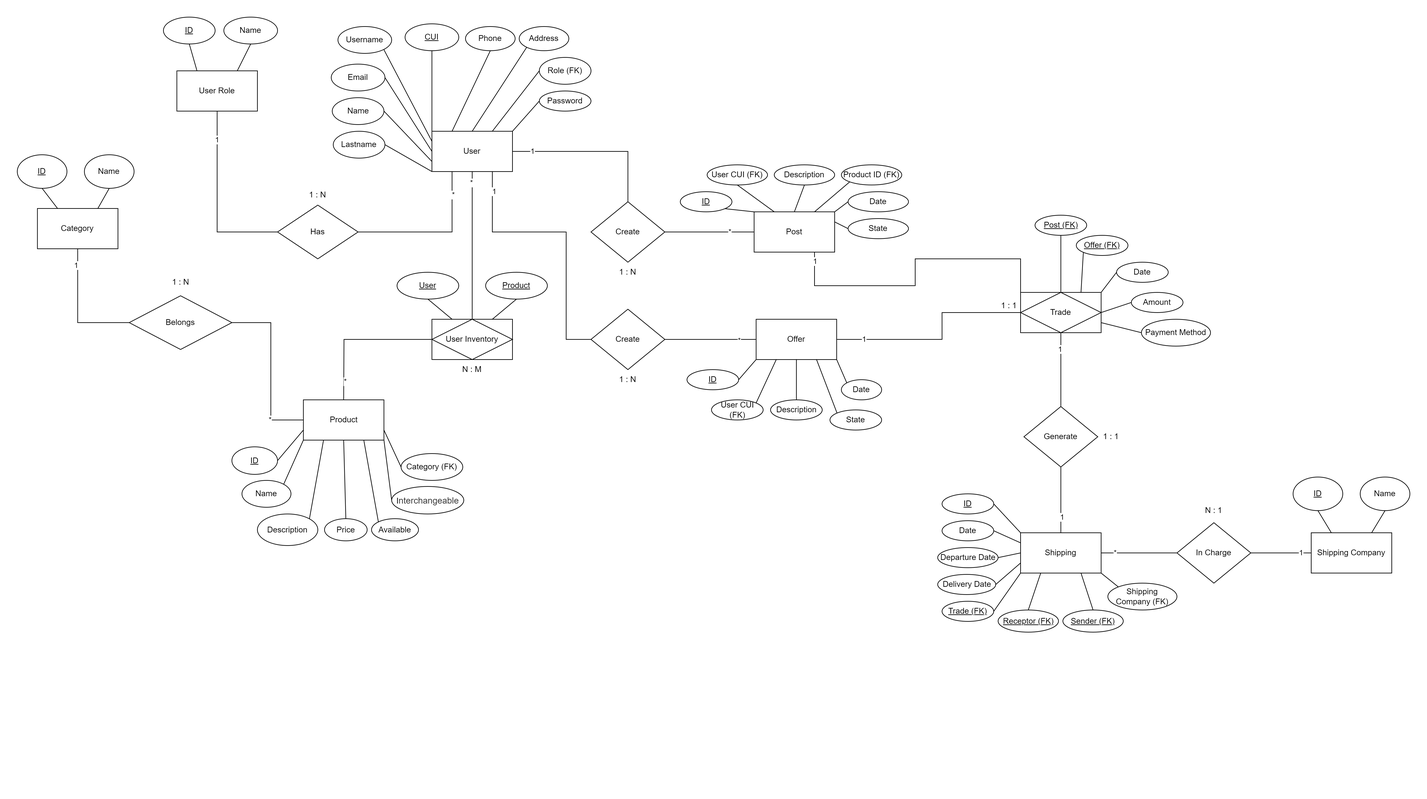
Earlier version of the draw.io export documentation/MarketChapin Entidad Relacion.png (DiegoMaldonado19/MarketChapin). Source tidied: cells renumbered, new cells last; positions are measured from the earlier drawing's top-left corner, leaving out a move shared by most shapes.
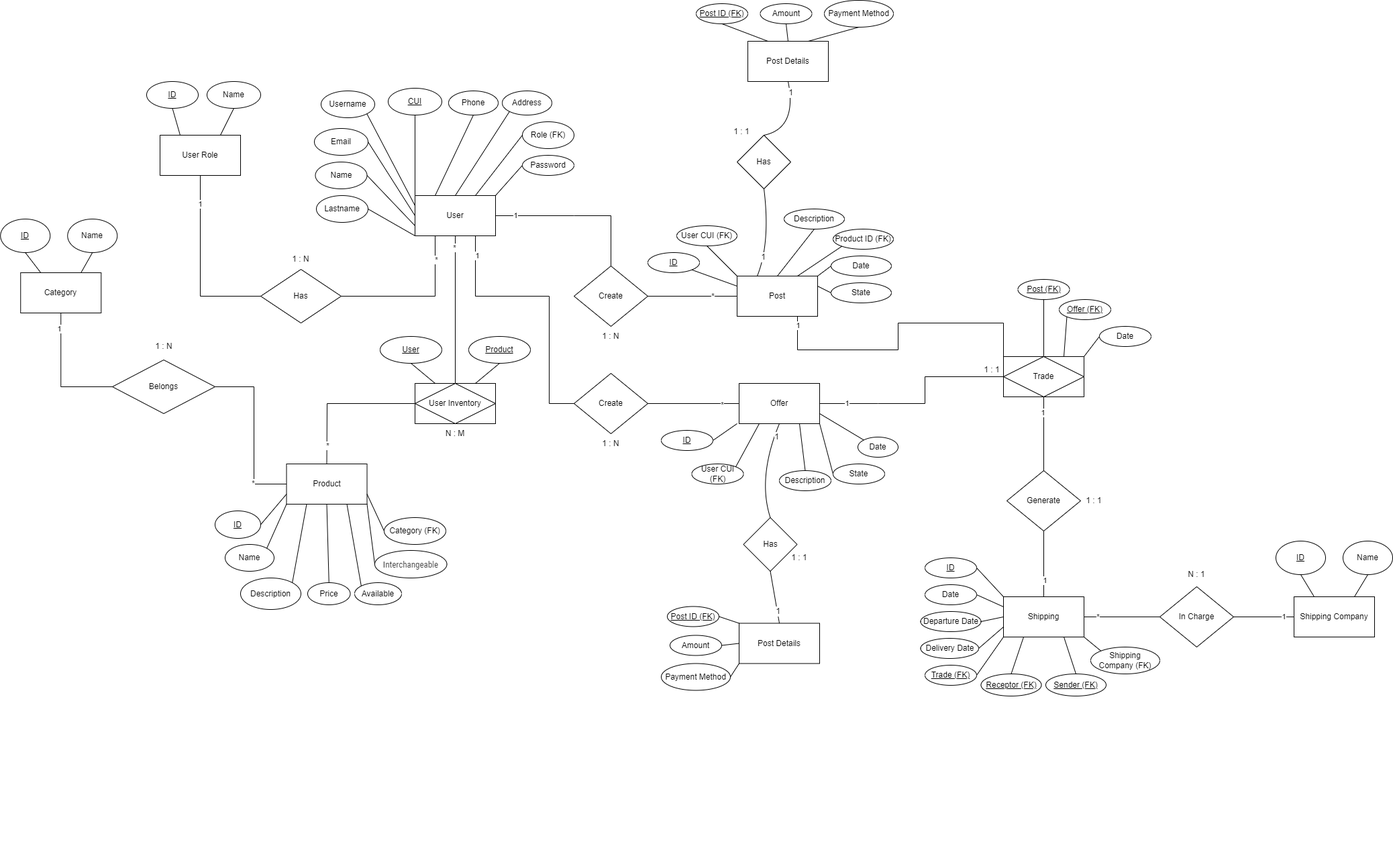
After the commit.

Commit message:
Añadiendo Diagrama Entidad Relacion final y Script SQL

Change to the diagram source:
```diff
@@ -258,16 +258,16 @@
       <mxGeometry x="648" y="510" width="60" height="30" as="geometry" />
     </mxCell>
     <mxCell id="77" value="User CUI (FK)" style="ellipse;whiteSpace=wrap;html=1;" parent="1" vertex="1">
-      <mxGeometry x="1028" y="220" width="90" height="30" as="geometry" />
+      <mxGeometry x="1008" y="215" width="90" height="30" as="geometry" />
     </mxCell>
     <mxCell id="78" value="&lt;u&gt;ID&lt;/u&gt;" style="ellipse;whiteSpace=wrap;html=1;" parent="1" vertex="1">
-      <mxGeometry x="988" y="260" width="77" height="30" as="geometry" />
+      <mxGeometry x="965" y="255" width="77" height="30" as="geometry" />
     </mxCell>
     <mxCell id="79" value="Product ID (FK)" style="ellipse;whiteSpace=wrap;html=1;" parent="1" vertex="1">
-      <mxGeometry x="1228" y="220" width="90" height="30" as="geometry" />
+      <mxGeometry x="1241" y="220" width="90" height="30" as="geometry" />
     </mxCell>
     <mxCell id="80" value="Description" style="ellipse;whiteSpace=wrap;html=1;" parent="1" vertex="1">
-      <mxGeometry x="1128" y="220" width="90" height="30" as="geometry" />
+      <mxGeometry x="1168" y="190" width="90" height="30" as="geometry" />
     </mxCell>
     <mxCell id="81" value="Date" style="ellipse;whiteSpace=wrap;html=1;" parent="1" vertex="1">
       <mxGeometry x="1238" y="260" width="90" height="30" as="geometry" />
@@ -275,10 +275,10 @@
     <mxCell id="82" value="State" style="ellipse;whiteSpace=wrap;html=1;" parent="1" vertex="1">
       <mxGeometry x="1238" y="300" width="90" height="30" as="geometry" />
     </mxCell>
-    <mxCell id="83" style="endArrow=none;html=1;rounded=0;entryX=1;entryY=1;entryDx=0;entryDy=0;exitX=0;exitY=0;exitDx=0;exitDy=0;" parent="1" edge="1" source="70" target="78">
+    <mxCell id="83" style="endArrow=none;html=1;rounded=0;entryX=1;entryY=1;entryDx=0;entryDy=0;exitX=0;exitY=0.25;exitDx=0;exitDy=0;" parent="1" edge="1" source="70" target="78">
       <mxGeometry relative="1" as="geometry" />
     </mxCell>
-    <mxCell id="84" style="endArrow=none;html=1;rounded=0;entryX=0.5;entryY=1;entryDx=0;entryDy=0;exitX=0.25;exitY=0;exitDx=0;exitDy=0;" parent="1" edge="1" source="70" target="77">
+    <mxCell id="84" style="endArrow=none;html=1;rounded=0;entryX=0.5;entryY=1;entryDx=0;entryDy=0;exitX=0;exitY=0;exitDx=0;exitDy=0;" parent="1" edge="1" source="70" target="77">
       <mxGeometry relative="1" as="geometry" />
     </mxCell>
     <mxCell id="85" style="endArrow=none;html=1;rounded=0;entryX=0.5;entryY=1;entryDx=0;entryDy=0;exitX=0.5;exitY=0;exitDx=0;exitDy=0;" parent="1" edge="1" source="70" target="80">
@@ -300,16 +300,16 @@
       <mxGeometry x="1101" y="450" width="120" height="60" as="geometry" />
     </mxCell>
     <mxCell id="91" value="&lt;u&gt;ID&lt;/u&gt;" style="ellipse;whiteSpace=wrap;html=1;" parent="1" vertex="1">
-      <mxGeometry x="998" y="525" width="77" height="30" as="geometry" />
+      <mxGeometry x="985" y="520" width="77" height="30" as="geometry" />
     </mxCell>
     <mxCell id="92" value="User CUI (FK)" style="ellipse;whiteSpace=wrap;html=1;" parent="1" vertex="1">
-      <mxGeometry x="1034.5" y="570" width="77" height="30" as="geometry" />
+      <mxGeometry x="1030.5" y="570" width="77" height="30" as="geometry" />
     </mxCell>
     <mxCell id="93" value="Description" style="ellipse;whiteSpace=wrap;html=1;" parent="1" vertex="1">
-      <mxGeometry x="1122.5" y="570" width="77" height="30" as="geometry" />
+      <mxGeometry x="1161" y="580" width="77" height="30" as="geometry" />
     </mxCell>
     <mxCell id="94" value="State" style="ellipse;whiteSpace=wrap;html=1;" parent="1" vertex="1">
-      <mxGeometry x="1211" y="585" width="77" height="30" as="geometry" />
+      <mxGeometry x="1241" y="570" width="77" height="30" as="geometry" />
     </mxCell>
     <mxCell id="95" style="endArrow=none;html=1;rounded=0;exitX=0;exitY=0.5;exitDx=0;exitDy=0;entryX=0.75;entryY=1;entryDx=0;entryDy=0;" parent="1" edge="1" source="89" target="2">
       <mxGeometry relative="1" as="geometry">
@@ -332,16 +332,18 @@
     <mxCell id="99" value="1 : N" style="text;html=1;align=center;verticalAlign=middle;whiteSpace=wrap;rounded=0;" parent="1" vertex="1">
       <mxGeometry x="880" y="525" width="60" height="30" as="geometry" />
     </mxCell>
-    <mxCell id="100" style="endArrow=none;html=1;rounded=0;entryX=0;entryY=1;entryDx=0;entryDy=0;exitX=1;exitY=0.5;exitDx=0;exitDy=0;" parent="1" edge="1" source="91" target="90">
-      <mxGeometry relative="1" as="geometry" />
+    <mxCell id="100" style="endArrow=none;html=1;rounded=0;exitX=1;exitY=0.5;exitDx=0;exitDy=0;" parent="1" edge="1" source="91">
+      <mxGeometry relative="1" as="geometry">
+        <mxPoint x="1098" y="510" as="targetPoint" />
+      </mxGeometry>
     </mxCell>
     <mxCell id="101" style="endArrow=none;html=1;rounded=0;exitX=1;exitY=0;exitDx=0;exitDy=0;entryX=0.25;entryY=1;entryDx=0;entryDy=0;" parent="1" edge="1" source="92" target="90">
       <mxGeometry relative="1" as="geometry" />
     </mxCell>
-    <mxCell id="102" style="endArrow=none;html=1;rounded=0;entryX=0.5;entryY=1;entryDx=0;entryDy=0;exitX=0.5;exitY=0;exitDx=0;exitDy=0;" parent="1" edge="1" source="93" target="90">
+    <mxCell id="102" style="endArrow=none;html=1;rounded=0;entryX=0.75;entryY=1;entryDx=0;entryDy=0;exitX=0.5;exitY=0;exitDx=0;exitDy=0;" parent="1" edge="1" source="93" target="90">
       <mxGeometry relative="1" as="geometry" />
     </mxCell>
-    <mxCell id="103" style="endArrow=none;html=1;rounded=0;entryX=0.75;entryY=1;entryDx=0;entryDy=0;exitX=0;exitY=0;exitDx=0;exitDy=0;" parent="1" edge="1" source="94" target="90">
+    <mxCell id="103" style="endArrow=none;html=1;rounded=0;entryX=1;entryY=1;entryDx=0;entryDy=0;exitX=0;exitY=0.5;exitDx=0;exitDy=0;" parent="1" edge="1" source="94" target="90">
       <mxGeometry relative="1" as="geometry" />
     </mxCell>
     <mxCell id="104" style="rounded=0;whiteSpace=wrap;html=1;" parent="1" vertex="1">
@@ -363,16 +365,16 @@
       <mxGeometry x="1638" y="365" width="77" height="30" as="geometry" />
     </mxCell>
     <mxCell id="110" value="Date" style="ellipse;whiteSpace=wrap;html=1;" parent="1" vertex="1">
-      <mxGeometry x="1228" y="540" width="60" height="30" as="geometry" />
+      <mxGeometry x="1278" y="530" width="60" height="30" as="geometry" />
     </mxCell>
-    <mxCell id="111" style="endArrow=none;html=1;rounded=0;exitX=1;exitY=1;exitDx=0;exitDy=0;entryX=0;entryY=0;entryDx=0;entryDy=0;" parent="1" edge="1" source="90" target="110">
+    <mxCell id="111" style="endArrow=none;html=1;rounded=0;exitX=1;exitY=0.75;exitDx=0;exitDy=0;entryX=0;entryY=0;entryDx=0;entryDy=0;" parent="1" edge="1" source="90" target="110">
       <mxGeometry relative="1" as="geometry" />
     </mxCell>
     <mxCell id="112" value="Amount" style="ellipse;whiteSpace=wrap;html=1;" parent="1" vertex="1">
-      <mxGeometry x="1660" y="410" width="77" height="30" as="geometry" />
+      <mxGeometry x="1132.5" y="-116" width="77" height="30" as="geometry" />
     </mxCell>
     <mxCell id="113" value="Payment Method" style="ellipse;whiteSpace=wrap;html=1;" parent="1" vertex="1">
-      <mxGeometry x="1675" y="450" width="103" height="40" as="geometry" />
+      <mxGeometry x="1228" y="-121" width="103" height="40" as="geometry" />
     </mxCell>
     <mxCell id="114" style="endArrow=none;html=1;rounded=0;entryX=0.75;entryY=1;entryDx=0;entryDy=0;exitX=0;exitY=0;exitDx=0;exitDy=0;" parent="1" edge="1" source="104" target="70">
       <mxGeometry relative="1" as="geometry">
@@ -408,12 +410,6 @@
     <mxCell id="120" style="endArrow=none;html=1;rounded=0;entryX=0;entryY=0.5;entryDx=0;entryDy=0;exitX=1;exitY=0;exitDx=0;exitDy=0;" parent="1" edge="1" source="104" target="109">
       <mxGeometry relative="1" as="geometry" />
     </mxCell>
-    <mxCell id="121" style="endArrow=none;html=1;rounded=0;entryX=0;entryY=0.5;entryDx=0;entryDy=0;exitX=1;exitY=0.5;exitDx=0;exitDy=0;" parent="1" edge="1" source="104" target="112">
-      <mxGeometry relative="1" as="geometry" />
-    </mxCell>
-    <mxCell id="122" style="endArrow=none;html=1;rounded=0;entryX=0;entryY=0.5;entryDx=0;entryDy=0;exitX=1;exitY=0.75;exitDx=0;exitDy=0;" parent="1" edge="1" source="104" target="113">
-      <mxGeometry relative="1" as="geometry" />
-    </mxCell>
     <mxCell id="123" value="&lt;u&gt;ID&lt;/u&gt;" style="ellipse;whiteSpace=wrap;html=1;" parent="1" vertex="1">
       <mxGeometry x="1378" y="710" width="77" height="30" as="geometry" />
     </mxCell>
@@ -516,5 +512,89 @@
     <mxCell id="156" value="N : 1" style="text;html=1;align=center;verticalAlign=middle;whiteSpace=wrap;rounded=0;" parent="1" vertex="1">
       <mxGeometry x="1753" y="720" width="60" height="30" as="geometry" />
     </mxCell>
+    <mxCell id="157" value="Post Details" style="rounded=0;whiteSpace=wrap;html=1;" parent="1" vertex="1">
+      <mxGeometry x="1114" y="-60" width="120" height="60" as="geometry" />
+    </mxCell>
+    <mxCell id="158" value="&lt;u&gt;Post ID (FK)&lt;/u&gt;" style="ellipse;whiteSpace=wrap;html=1;" parent="1" vertex="1">
+      <mxGeometry x="1037" y="-116" width="77" height="30" as="geometry" />
+    </mxCell>
+    <mxCell id="159" value="Amount" style="ellipse;whiteSpace=wrap;html=1;" parent="1" vertex="1">
+      <mxGeometry x="998" y="825.5" width="77" height="30" as="geometry" />
+    </mxCell>
+    <mxCell id="160" value="Payment Method" style="ellipse;whiteSpace=wrap;html=1;" parent="1" vertex="1">
+      <mxGeometry x="985" y="867.5" width="103" height="40" as="geometry" />
+    </mxCell>
+    <mxCell id="161" value="Post Details" style="rounded=0;whiteSpace=wrap;html=1;" parent="1" vertex="1">
+      <mxGeometry x="1101" y="807.5" width="120" height="60" as="geometry" />
+    </mxCell>
+    <mxCell id="162" value="&lt;u&gt;Post ID (FK)&lt;/u&gt;" style="ellipse;whiteSpace=wrap;html=1;" parent="1" vertex="1">
+      <mxGeometry x="994" y="782.5" width="77" height="30" as="geometry" />
+    </mxCell>
+    <mxCell id="163" style="endArrow=none;html=1;rounded=0;fontSize=12;startSize=8;endSize=8;curved=1;exitX=1;exitY=0.5;exitDx=0;exitDy=0;entryX=0;entryY=0;entryDx=0;entryDy=0;" parent="1" edge="1" source="162" target="161">
+      <mxGeometry relative="1" as="geometry" />
+    </mxCell>
+    <mxCell id="164" style="endArrow=none;html=1;rounded=0;fontSize=12;startSize=8;endSize=8;curved=1;exitX=1;exitY=0.5;exitDx=0;exitDy=0;entryX=0;entryY=0.5;entryDx=0;entryDy=0;" parent="1" edge="1" source="159" target="161">
+      <mxGeometry relative="1" as="geometry" />
+    </mxCell>
+    <mxCell id="165" style="endArrow=none;html=1;rounded=0;fontSize=12;startSize=8;endSize=8;curved=1;exitX=1;exitY=0.5;exitDx=0;exitDy=0;entryX=0;entryY=1;entryDx=0;entryDy=0;" parent="1" edge="1" source="160" target="161">
+      <mxGeometry relative="1" as="geometry" />
+    </mxCell>
+    <mxCell id="166" style="endArrow=none;html=1;rounded=0;fontSize=12;startSize=8;endSize=8;curved=1;exitX=0.5;exitY=1;exitDx=0;exitDy=0;entryX=0.25;entryY=0;entryDx=0;entryDy=0;" parent="1" edge="1" source="158" target="157">
+      <mxGeometry relative="1" as="geometry" />
+    </mxCell>
+    <mxCell id="167" style="endArrow=none;html=1;rounded=0;fontSize=12;startSize=8;endSize=8;curved=1;entryX=0.5;entryY=1;entryDx=0;entryDy=0;exitX=0.75;exitY=0;exitDx=0;exitDy=0;" parent="1" edge="1" source="157" target="113">
+      <mxGeometry relative="1" as="geometry" />
+    </mxCell>
+    <mxCell id="168" style="endArrow=none;html=1;rounded=0;fontSize=12;startSize=8;endSize=8;curved=1;exitX=0.5;exitY=1;exitDx=0;exitDy=0;entryX=0.5;entryY=0;entryDx=0;entryDy=0;" parent="1" edge="1" source="112" target="157">
+      <mxGeometry relative="1" as="geometry" />
+    </mxCell>
+    <mxCell id="169" value="Has" style="rhombus;whiteSpace=wrap;html=1;" parent="1" vertex="1">
+      <mxGeometry x="1098" y="80" width="80" height="80" as="geometry" />
+    </mxCell>
+    <mxCell id="170" style="endArrow=none;html=1;rounded=0;fontSize=12;startSize=8;endSize=8;curved=1;exitX=0.5;exitY=0;exitDx=0;exitDy=0;entryX=0.5;entryY=1;entryDx=0;entryDy=0;" parent="1" edge="1" source="169" target="157">
+      <mxGeometry relative="1" as="geometry">
+        <Array as="points">
+          <mxPoint x="1188" y="70" />
+        </Array>
+      </mxGeometry>
+    </mxCell>
+    <mxCell id="171" value="1" style="edgeLabel;html=1;align=center;verticalAlign=middle;fontSize=12;" parent="170" vertex="1">
+      <mxGeometry x="0.73" relative="1" as="geometry" />
+    </mxCell>
+    <mxCell id="172" style="endArrow=none;html=1;rounded=0;fontSize=12;startSize=8;endSize=8;curved=1;exitX=0.25;exitY=0;exitDx=0;exitDy=0;entryX=0.5;entryY=1;entryDx=0;entryDy=0;" parent="1" edge="1" source="70" target="169">
+      <mxGeometry relative="1" as="geometry">
+        <Array as="points">
+          <mxPoint x="1148" y="240" />
+        </Array>
+      </mxGeometry>
+    </mxCell>
+    <mxCell id="173" value="1" style="edgeLabel;html=1;align=center;verticalAlign=middle;fontSize=12;" parent="172" vertex="1">
+      <mxGeometry x="-0.56" y="3" relative="1" as="geometry" />
+    </mxCell>
+    <mxCell id="174" value="Has" style="rhombus;whiteSpace=wrap;html=1;" parent="1" vertex="1">
+      <mxGeometry x="1107.5" y="650" width="80" height="80" as="geometry" />
+    </mxCell>
+    <mxCell id="175" style="endArrow=none;html=1;rounded=0;fontSize=12;startSize=8;endSize=8;curved=1;exitX=0.5;exitY=0;exitDx=0;exitDy=0;entryX=0.5;entryY=1;entryDx=0;entryDy=0;" parent="1" edge="1" source="161" target="174">
+      <mxGeometry relative="1" as="geometry" />
+    </mxCell>
+    <mxCell id="176" value="1" style="edgeLabel;html=1;align=center;verticalAlign=middle;fontSize=12;" parent="175" vertex="1">
+      <mxGeometry x="-0.55" y="-1" relative="1" as="geometry" />
+    </mxCell>
+    <mxCell id="177" style="endArrow=none;html=1;rounded=0;fontSize=12;startSize=8;endSize=8;curved=1;exitX=0.5;exitY=0;exitDx=0;exitDy=0;entryX=0.5;entryY=1;entryDx=0;entryDy=0;" parent="1" edge="1" source="174" target="90">
+      <mxGeometry relative="1" as="geometry">
+        <Array as="points">
+          <mxPoint x="1128" y="590" />
+        </Array>
+      </mxGeometry>
+    </mxCell>
+    <mxCell id="178" value="1" style="edgeLabel;html=1;align=center;verticalAlign=middle;fontSize=12;" parent="177" vertex="1">
+      <mxGeometry x="0.74" y="-3" relative="1" as="geometry" />
+    </mxCell>
+    <mxCell id="179" value="1 : 1" style="text;html=1;align=center;verticalAlign=middle;whiteSpace=wrap;rounded=0;" parent="1" vertex="1">
+      <mxGeometry x="1075" y="60" width="60" height="30" as="geometry" />
+    </mxCell>
+    <mxCell id="180" value="1 : 1" style="text;html=1;align=center;verticalAlign=middle;whiteSpace=wrap;rounded=0;" parent="1" vertex="1">
+      <mxGeometry x="1161" y="695" width="60" height="30" as="geometry" />
+    </mxCell>
   </root>
 </mxGraphModel>
```
